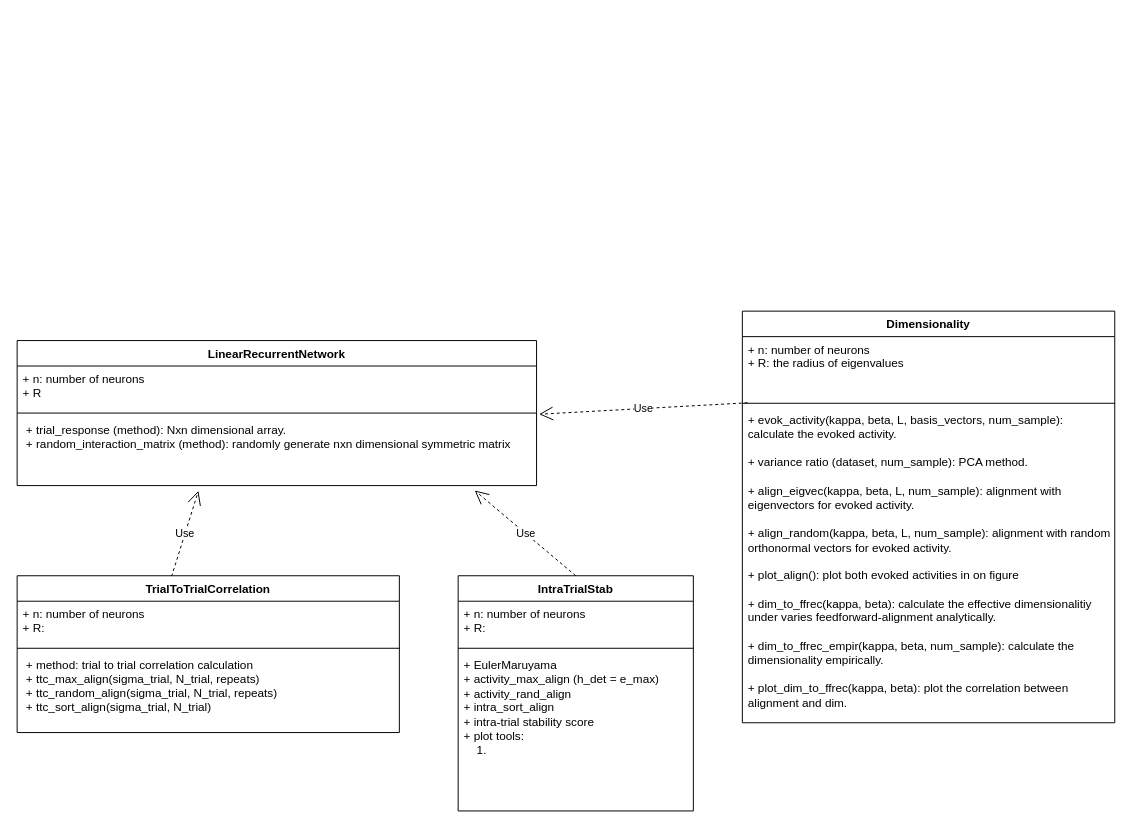
Earlier version of the draw.io diagram 1D_RNN.drawio (rzhou-space/MA_Networks). Source tidied: cells renumbered, new cells numbered last; positions are measured from the earlier drawing's top-left corner, leaving out a move shared by most shapes. Both pictures are drawn from the tidied source at 98%, with x=0, y=0 at pixel (17, 311).
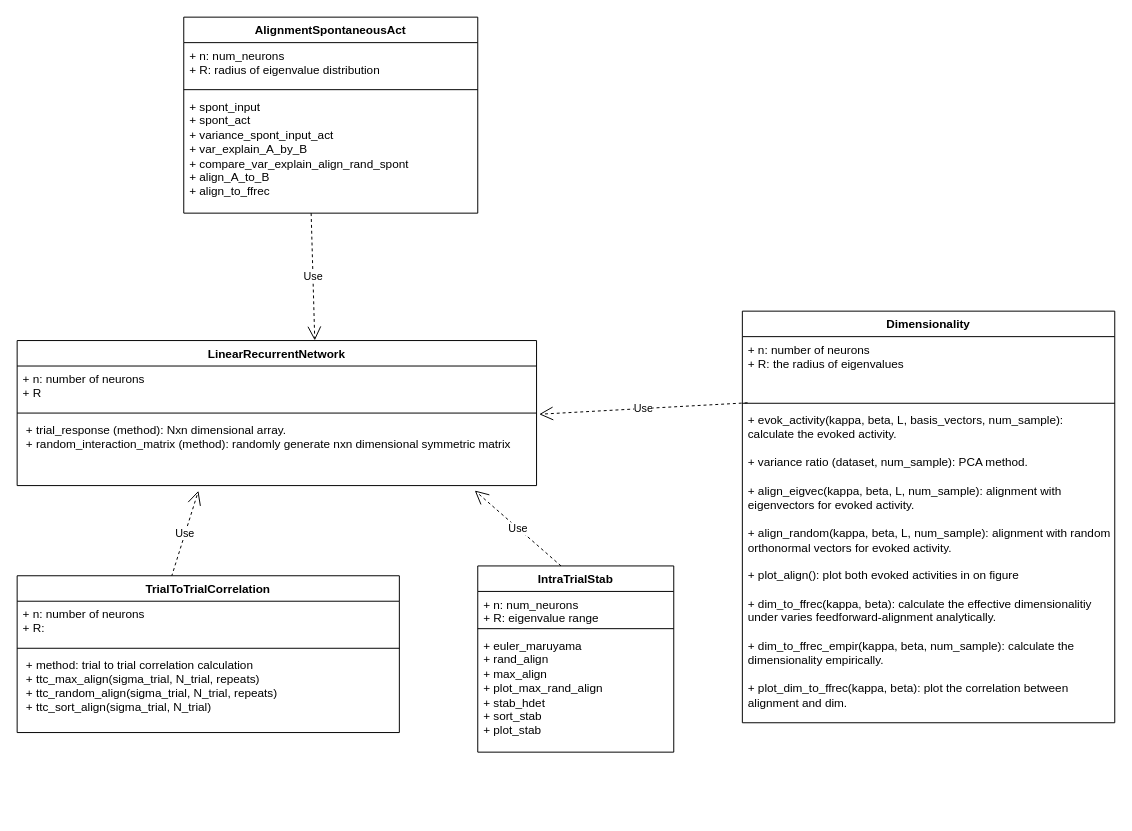
The same diagram, later.

Unchanged cells that the change refers to:
```xml
<mxCell id="2" value="LinearRecurrentNetwork" style="swimlane;fontStyle=1;align=center;verticalAlign=top;horizontal=1;startSize=26;" parent="1" vertex="1">
  <mxGeometry y="30" width="530" height="148" as="geometry" />
</mxCell>
<mxCell id="5" value=" + trial_response (method): Nxn dimensional array.&#10; + random_interaction_matrix (method): randomly generate nxn dimensional symmetric matrix &#10; " style="text;strokeColor=none;fillColor=none;align=left;verticalAlign=top;spacingLeft=4;spacingRight=4;overflow=hidden;points=[[0,0.5],[1,0.5]];portConstraint=eastwest;" parent="2" vertex="1">
  <mxGeometry y="78" width="530" height="70" as="geometry" />
</mxCell>
```

What changed in the source:
```diff
@@
-    <mxCell id="11" value="IntraTrialStab" style="swimlane;fontStyle=1;align=center;verticalAlign=top;horizontal=1;startSize=26;whiteSpace=wrap;html=1;" parent="1" vertex="1">
-      <mxGeometry x="450" y="270" width="240" height="240" as="geometry" />
-    </mxCell>
-    <mxCell id="12" value="+ n: number of neurons&lt;br&gt;+ R:&amp;nbsp;" style="text;strokeColor=none;fillColor=none;align=left;verticalAlign=top;spacingLeft=4;spacingRight=4;overflow=hidden;whiteSpace=wrap;html=1;" parent="11" vertex="1">
-      <mxGeometry y="26" width="240" height="44" as="geometry" />
-    </mxCell>
-    <mxCell id="13" style="line;strokeWidth=1;fillColor=none;align=left;verticalAlign=middle;spacingTop=-1;spacingLeft=3;spacingRight=3;labelPosition=right;strokeColor=inherit;" parent="11" vertex="1">
-      <mxGeometry y="70" width="240" height="8" as="geometry" />
-    </mxCell>
-    <mxCell id="14" value="+ EulerMaruyama&lt;br&gt;+ activity_max_align (h_det = e_max)&lt;br&gt;+ activity_rand_align&lt;br&gt;+ intra_sort_align&lt;br&gt;+ intra-trial stability score&lt;br&gt;+ plot tools:&lt;br&gt;&lt;span style=&quot;&quot;&gt;&lt;span style=&quot;white-space: pre;&quot;&gt;&amp;nbsp;&amp;nbsp;&amp;nbsp;&amp;nbsp;&lt;/span&gt;&lt;/span&gt;1.&amp;nbsp;" style="text;strokeColor=none;fillColor=none;align=left;verticalAlign=top;spacingLeft=4;spacingRight=4;overflow=hidden;whiteSpace=wrap;html=1;" parent="11" vertex="1">
-      <mxGeometry y="78" width="240" height="162" as="geometry" />
-    </mxCell>
-    <mxCell id="15" value="Use" style="endArrow=open;endSize=12;dashed=1;html=1;rounded=0;entryX=0.881;entryY=1.072;entryDx=0;entryDy=0;entryPerimeter=0;exitX=0.5;exitY=0;exitDx=0;exitDy=0;" parent="1" edge="1" source="11" target="5">
-      <mxGeometry relative="1" as="geometry" />
+    <mxCell id="15" value="Use" style="endArrow=open;endSize=12;dashed=1;html=1;rounded=0;entryX=0.881;entryY=1.072;entryDx=0;entryDy=0;entryPerimeter=0;exitX=0.5;exitY=0;exitDx=0;exitDy=0;" parent="1" edge="1" target="5">
+      <mxGeometry relative="1" as="geometry">
+        <mxPoint x="555" y="260" as="sourcePoint" />
+      </mxGeometry>
     </mxCell>
@@
+    <mxCell id="11" value="IntraTrialStab" style="swimlane;fontStyle=1;align=center;verticalAlign=top;horizontal=1;startSize=26;whiteSpace=wrap;html=1;" parent="1" vertex="1">
+      <mxGeometry x="470" y="260" width="200" height="190" as="geometry" />
+    </mxCell>
+    <mxCell id="21" value="+ n: num_neurons&lt;br&gt;+ R: eigenvalue range" style="text;strokeColor=none;fillColor=none;align=left;verticalAlign=top;spacingLeft=4;spacingRight=4;overflow=hidden;whiteSpace=wrap;html=1;" parent="11" vertex="1">
+      <mxGeometry y="26" width="200" height="34" as="geometry" />
+    </mxCell>
+    <mxCell id="22" style="line;strokeWidth=1;fillColor=none;align=left;verticalAlign=middle;spacingTop=-1;spacingLeft=3;spacingRight=3;labelPosition=right;strokeColor=inherit;" parent="11" vertex="1">
+      <mxGeometry y="60" width="200" height="8" as="geometry" />
+    </mxCell>
+    <mxCell id="23" value="+ euler_maruyama&lt;br&gt;+ rand_align&lt;br&gt;+ max_align&lt;br&gt;+ plot_max_rand_align&lt;br&gt;+ stab_hdet&lt;br&gt;+ sort_stab&lt;br&gt;+ plot_stab" style="text;strokeColor=none;fillColor=none;align=left;verticalAlign=top;spacingLeft=4;spacingRight=4;overflow=hidden;whiteSpace=wrap;html=1;" parent="11" vertex="1">
+      <mxGeometry y="68" width="200" height="122" as="geometry" />
+    </mxCell>
+    <mxCell id="24" value="AlignmentSpontaneousAct" style="swimlane;fontStyle=1;align=center;verticalAlign=top;horizontal=1;startSize=26;whiteSpace=wrap;html=1;" parent="1" vertex="1">
+      <mxGeometry x="170" y="-300" width="300" height="200" as="geometry" />
+    </mxCell>
+    <mxCell id="25" value="+ n: num_neurons&lt;br&gt;+ R: radius of eigenvalue distribution" style="text;strokeColor=none;fillColor=none;align=left;verticalAlign=top;spacingLeft=4;spacingRight=4;overflow=hidden;whiteSpace=wrap;html=1;" parent="24" vertex="1">
+      <mxGeometry y="26" width="300" height="44" as="geometry" />
+    </mxCell>
+    <mxCell id="26" style="line;strokeWidth=1;fillColor=none;align=left;verticalAlign=middle;spacingTop=-1;spacingLeft=3;spacingRight=3;labelPosition=right;strokeColor=inherit;" parent="24" vertex="1">
+      <mxGeometry y="70" width="300" height="8" as="geometry" />
+    </mxCell>
+    <mxCell id="27" value="+ spont_input&lt;br&gt;+ spont_act&lt;br&gt;+ variance_spont_input_act&lt;br&gt;+ var_explain_A_by_B&lt;br&gt;+ compare_var_explain_align_rand_spont&lt;br&gt;+ align_A_to_B&lt;br&gt;+ align_to_ffrec" style="text;strokeColor=none;fillColor=none;align=left;verticalAlign=top;spacingLeft=4;spacingRight=4;overflow=hidden;whiteSpace=wrap;html=1;" parent="24" vertex="1">
+      <mxGeometry y="78" width="300" height="122" as="geometry" />
+    </mxCell>
+    <mxCell id="28" value="Use" style="endArrow=open;endSize=12;dashed=1;html=1;rounded=0;entryX=0.573;entryY=-0.001;entryDx=0;entryDy=0;entryPerimeter=0;" parent="1" edge="1" target="2">
+      <mxGeometry relative="1" as="geometry">
+        <mxPoint x="300" y="-100" as="sourcePoint" />
+      </mxGeometry>
+    </mxCell>
```
